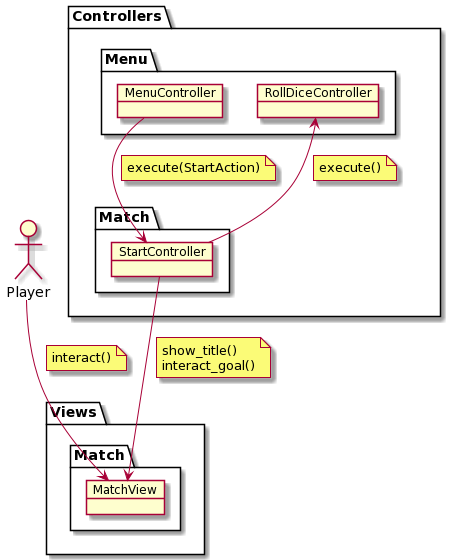
This is rup/analysis/use_cases/start.png from USantaTecla-game-backgammon/backgammon, a PlantUML export, as it was before one commit.
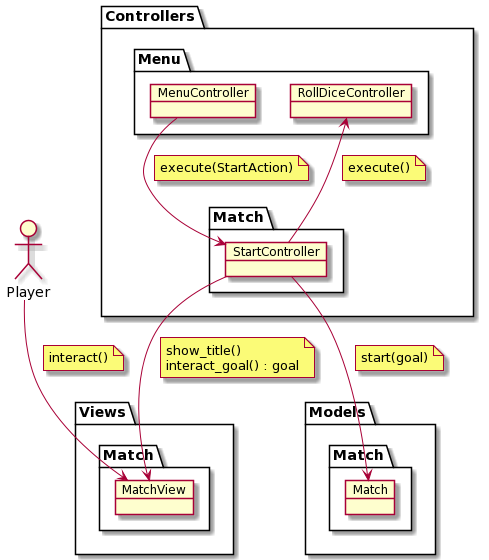
The same diagram one commit later.

Commit message:
Improve start and move_piece use case description and analysis

Change to the diagram source:
```diff
@@ -6,6 +6,12 @@
 package Views {
     package Match3 as "Match"{
         object MatchView
+    }
+}
+
+package Models {
+    package MatchModel as "Match"{
+        object Match
     }
 }
 
@@ -33,7 +39,12 @@
 StartController --> MatchView
 note on link
     show_title()
-    interact_goal()
+    interact_goal() : goal
+end note
+
+StartController --> Match
+note on link
+    start(goal)
 end note
 
 Player --> MatchView
```
